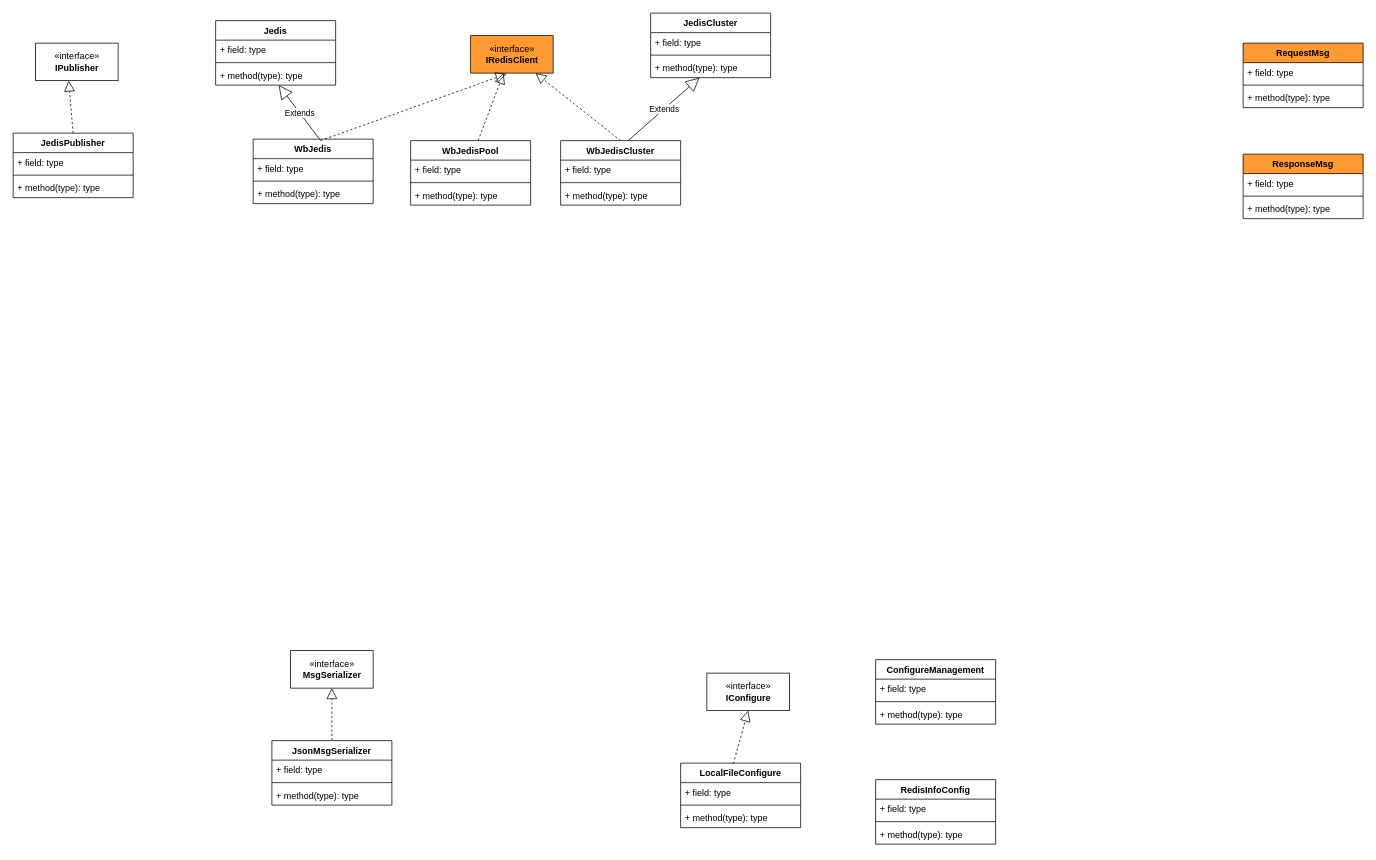
The draw.io diagram page "gateway-sender" (2 of 4) of mq/gateway.drawio in tadsimons/draw, before the edit. Source tidied: cells renumbered, new cells numbered last; positions are measured from the earlier drawing's top-left corner, leaving out a move shared by most shapes. Both pictures are drawn from the tidied source at 75%, with x=0, y=0 at pixel (13, 13).
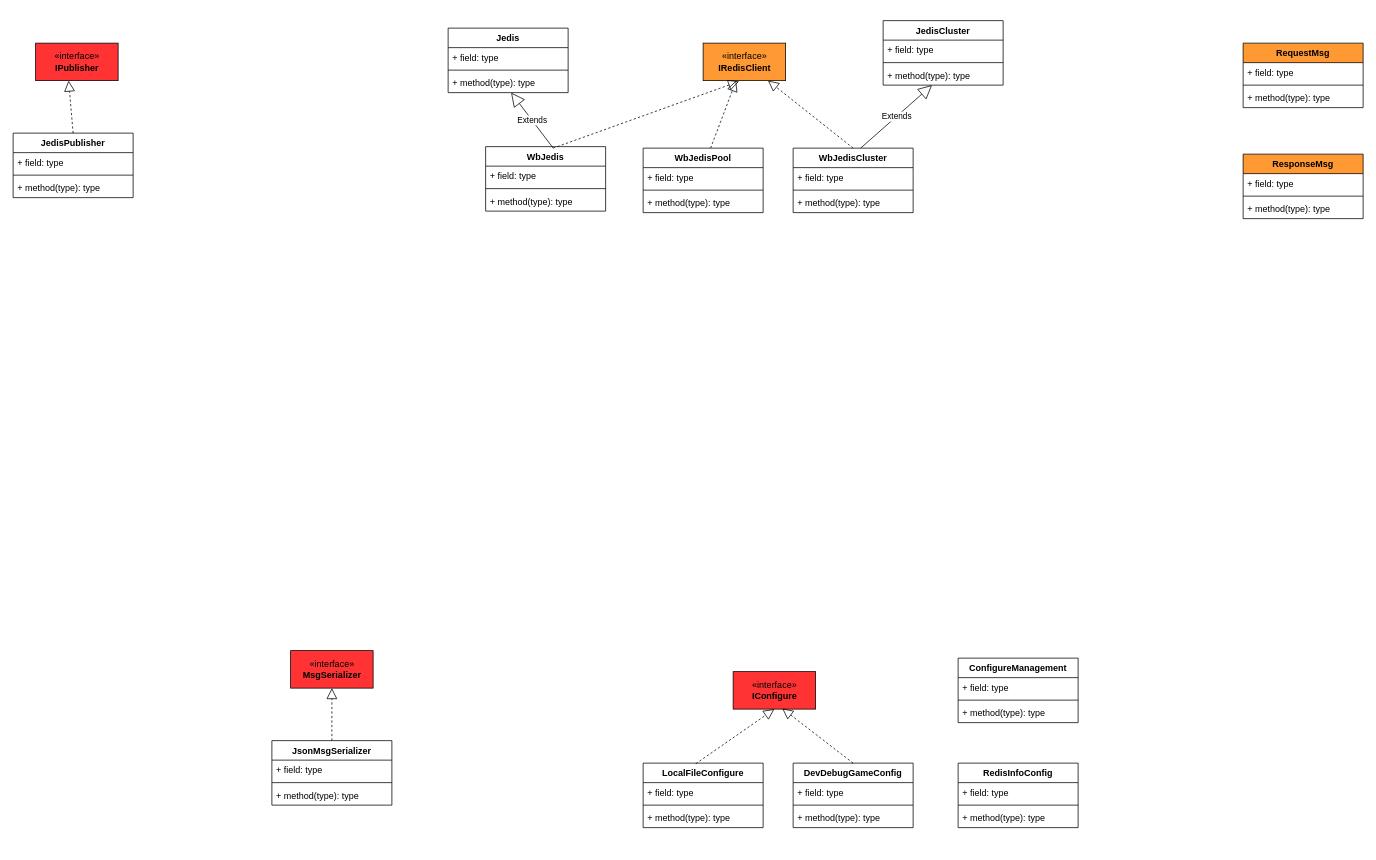
The same diagram, later.

Change to the diagram source:
```diff
@@
-    <mxCell id="2" value="«interface»&lt;br&gt;&lt;b&gt;IPublisher&lt;/b&gt;" style="html=1;" parent="1" vertex="1">
+    <mxCell id="2" value="«interface»&lt;br&gt;&lt;b&gt;IPublisher&lt;/b&gt;" style="html=1;fillColor=#FF3333;" parent="1" vertex="1">
       <mxGeometry x="30" y="40" width="110" height="50" as="geometry" />
     </mxCell>
@@
     <mxCell id="8" value="«interface»&lt;br&gt;&lt;b&gt;IRedisClient&lt;/b&gt;" style="html=1;fillColor=#FF9933;" parent="1" vertex="1">
-      <mxGeometry x="610" y="30" width="110" height="50" as="geometry" />
+      <mxGeometry x="920" y="40" width="110" height="50" as="geometry" />
     </mxCell>
     <mxCell id="9" value="WbJedisPool" style="swimlane;fontStyle=1;align=center;verticalAlign=top;horizontal=1;startSize=26;" parent="1" vertex="1">
-      <mxGeometry x="530" y="170" width="160" height="86" as="geometry" />
+      <mxGeometry x="840" y="180" width="160" height="86" as="geometry" />
     </mxCell>
@@
     <mxCell id="14" value="WbJedisCluster" style="swimlane;fontStyle=1;align=center;verticalAlign=top;horizontal=1;startSize=26;" parent="1" vertex="1">
-      <mxGeometry x="730" y="170" width="160" height="86" as="geometry" />
+      <mxGeometry x="1040" y="180" width="160" height="86" as="geometry" />
     </mxCell>
@@
     <mxCell id="20" value="JedisCluster" style="swimlane;fontStyle=1;align=center;verticalAlign=top;horizontal=1;startSize=26;" parent="1" vertex="1">
-      <mxGeometry x="850" width="160" height="86" as="geometry" />
+      <mxGeometry x="1160" y="10" width="160" height="86" as="geometry" />
     </mxCell>
@@
     <mxCell id="24" value="WbJedis" style="swimlane;fontStyle=1;align=center;verticalAlign=top;horizontal=1;startSize=26;" parent="1" vertex="1">
-      <mxGeometry x="320" y="168" width="160" height="86" as="geometry" />
+      <mxGeometry x="630" y="178" width="160" height="86" as="geometry" />
     </mxCell>
@@
     <mxCell id="28" value="Jedis" style="swimlane;fontStyle=1;align=center;verticalAlign=top;horizontal=1;startSize=26;" parent="1" vertex="1">
-      <mxGeometry x="270" y="10" width="160" height="86" as="geometry" />
+      <mxGeometry x="580" y="20" width="160" height="86" as="geometry" />
     </mxCell>
@@
-    <mxCell id="34" value="«interface»&lt;br&gt;&lt;b&gt;MsgSerializer&lt;/b&gt;" style="html=1;" parent="1" vertex="1">
+    <mxCell id="34" value="«interface»&lt;br&gt;&lt;b&gt;MsgSerializer&lt;/b&gt;" style="html=1;fillColor=#FF3333;" parent="1" vertex="1">
       <mxGeometry x="370" y="850" width="110" height="50" as="geometry" />
     </mxCell>
@@
-    <mxCell id="40" value="«interface»&lt;br&gt;&lt;b&gt;IConfigure&lt;/b&gt;" style="html=1;" parent="1" vertex="1">
-      <mxGeometry x="925" y="880" width="110" height="50" as="geometry" />
+    <mxCell id="40" value="«interface»&lt;br&gt;&lt;b&gt;IConfigure&lt;/b&gt;" style="html=1;fillColor=#FF3333;" parent="1" vertex="1">
+      <mxGeometry x="960" y="878" width="110" height="50" as="geometry" />
     </mxCell>
     <mxCell id="41" value="LocalFileConfigure" style="swimlane;fontStyle=1;align=center;verticalAlign=top;horizontal=1;startSize=26;" parent="1" vertex="1">
-      <mxGeometry x="890" y="1000" width="160" height="86" as="geometry" />
+      <mxGeometry x="840" y="1000" width="160" height="86" as="geometry" />
     </mxCell>
@@
     <mxCell id="46" value="ConfigureManagement" style="swimlane;fontStyle=1;align=center;verticalAlign=top;horizontal=1;startSize=26;" parent="1" vertex="1">
-      <mxGeometry x="1150" y="862" width="160" height="86" as="geometry" />
+      <mxGeometry x="1260" y="860" width="160" height="86" as="geometry" />
     </mxCell>
@@
     <mxCell id="50" value="RedisInfoConfig" style="swimlane;fontStyle=1;align=center;verticalAlign=top;horizontal=1;startSize=26;" parent="1" vertex="1">
-      <mxGeometry x="1150" y="1022" width="160" height="86" as="geometry" />
+      <mxGeometry x="1260" y="1000" width="160" height="86" as="geometry" />
     </mxCell>
@@
+    <mxCell id="62" value="DevDebugGameConfig" style="swimlane;fontStyle=1;align=center;verticalAlign=top;horizontal=1;startSize=26;fillColor=#FFFFFF;" parent="1" vertex="1">
+      <mxGeometry x="1040" y="1000" width="160" height="86" as="geometry" />
+    </mxCell>
+    <mxCell id="63" style="endArrow=block;dashed=1;endFill=0;endSize=12;html=1;entryX=0.596;entryY=0.984;entryDx=0;entryDy=0;entryPerimeter=0;" parent="62" edge="1" target="40">
+      <mxGeometry relative="1" as="geometry">
+        <mxPoint x="80" as="sourcePoint" />
+      </mxGeometry>
+    </mxCell>
+    <mxCell id="64" value="+ field: type" style="text;strokeColor=none;fillColor=none;align=left;verticalAlign=top;spacingLeft=4;spacingRight=4;overflow=hidden;" parent="62" vertex="1">
+      <mxGeometry y="26" width="160" height="26" as="geometry" />
+    </mxCell>
+    <mxCell id="65" style="line;strokeWidth=1;fillColor=none;align=left;verticalAlign=middle;spacingTop=-1;spacingLeft=3;spacingRight=3;labelPosition=right;" parent="62" vertex="1">
+      <mxGeometry y="52" width="160" height="8" as="geometry" />
+    </mxCell>
+    <mxCell id="66" value="+ method(type): type" style="text;strokeColor=none;fillColor=none;align=left;verticalAlign=top;spacingLeft=4;spacingRight=4;overflow=hidden;" parent="62" vertex="1">
+      <mxGeometry y="60" width="160" height="26" as="geometry" />
+    </mxCell>
```
